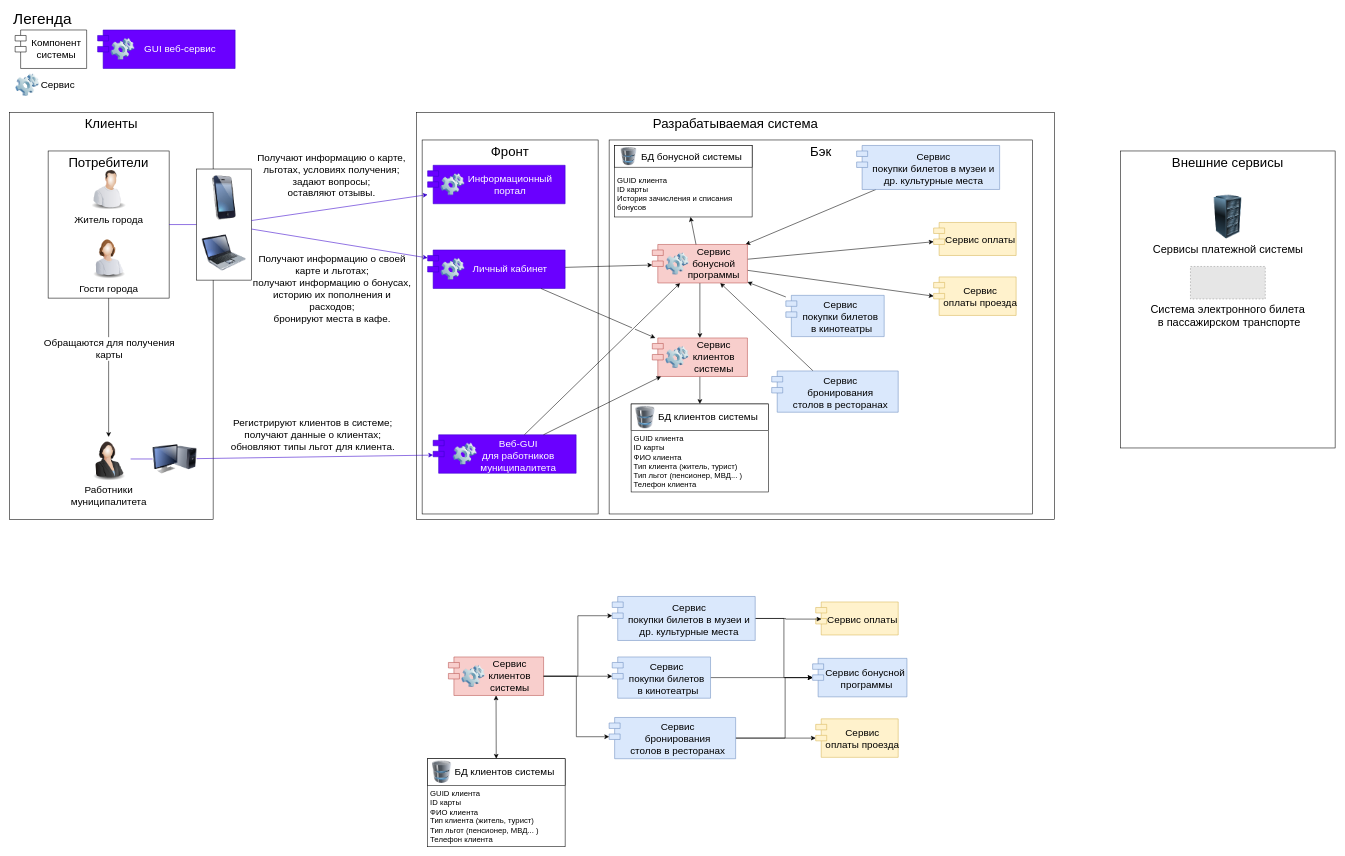
Above: src/Архитектура системы.drawio in era-ants/diagrams (draw.io), before the change. Source tidied: cells renumbered, new cells numbered last; positions are measured from the earlier drawing's top-left corner, leaving out a move shared by most shapes. Both pictures are drawn from the tidied source at 55%, with x=0, y=0 at pixel (9, 13). Pictures stored in the file or linked from it are replaced by grey dashed boxes.
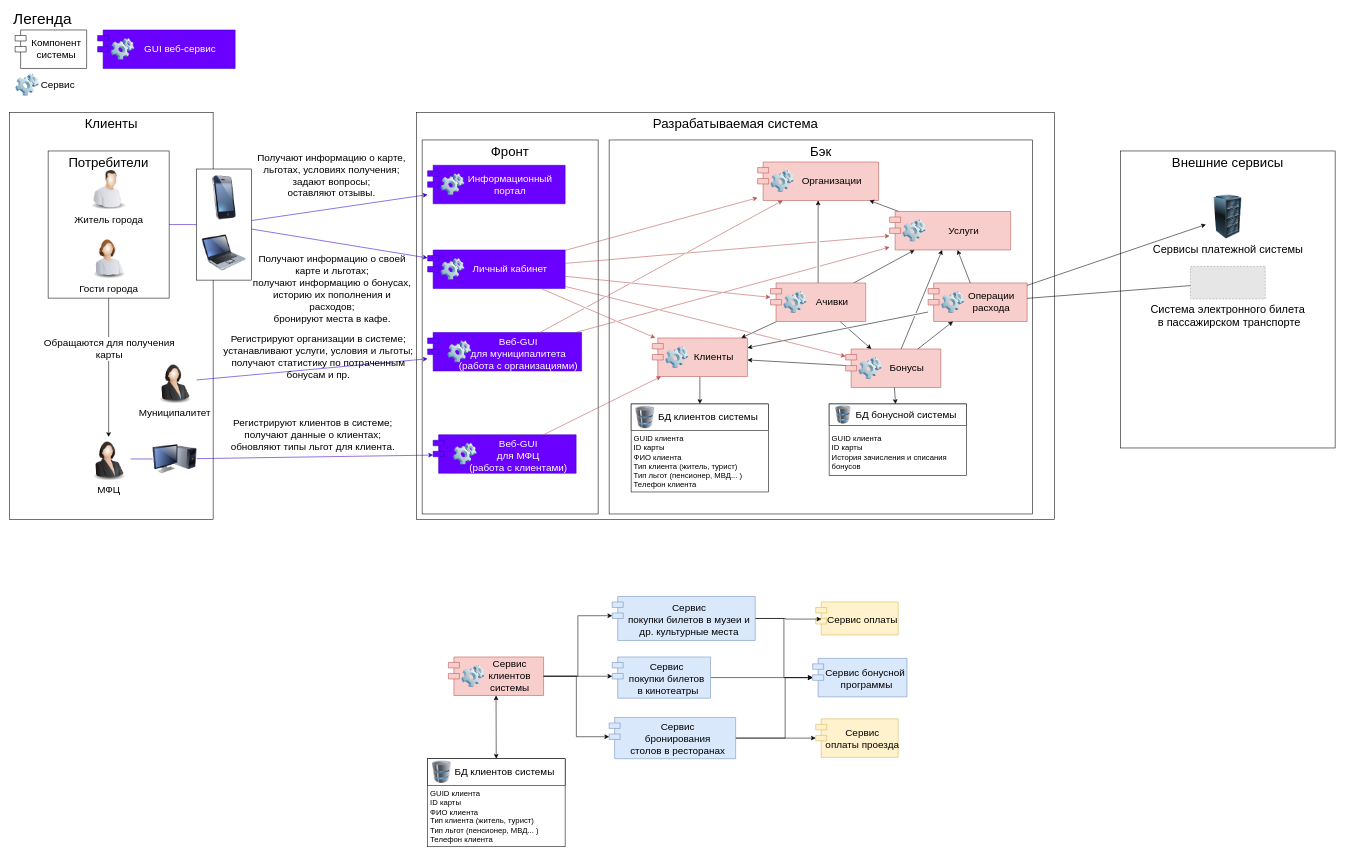
The same page after the edit.

Unchanged cells that the change refers to:
```xml
<mxCell id="6" value="Сервисы платежной системы" style="image;html=1;image=img/lib/clip_art/computers/Server_Rack_128x128.png;fontSize=20;" parent="1" vertex="1">
  <mxGeometry x="2175" y="330" width="80" height="80" as="geometry" />
</mxCell>
<mxCell id="14" value="Система электронного билета&#10; в пассажирском транспорте" style="fillColor=#E6E6E6;strokeColor=#999999;dashed=1;verticalLabelPosition=bottom;labelBackgroundColor=#ffffff;verticalAlign=top;fontSize=20;" parent="1" vertex="1">
  <mxGeometry x="2147" y="460" width="136" height="59" as="geometry" />
</mxCell>
<mxCell id="42" value="Личный кабинет" style="shape=module;align=left;spacingLeft=50;align=center;verticalAlign=middle;fillColor=#6a00ff;strokeColor=#3700CC;fontSize=18;whiteSpace=wrap;fontColor=#ffffff;" parent="41" vertex="1">
  <mxGeometry width="250" height="70" as="geometry" />
</mxCell>
<mxCell id="49" style="group;" parent="1" vertex="1">
  <mxGeometry x="770" y="766" width="260" height="70" as="geometry" />
</mxCell>
<mxCell id="55" style="group;" parent="1" vertex="1">
  <mxGeometry x="1168.5" y="590" width="173" height="70" as="geometry" />
</mxCell>
<mxCell id="94" value="&lt;div style=&quot;font-size: 14px&quot;&gt;GUID клиента&lt;br&gt;ID карты&lt;br&gt;История зачисления и списания бонусов&lt;br&gt;&lt;/div&gt;" style="rounded=0;whiteSpace=wrap;html=1;verticalAlign=top;align=left;spacing=5;fontSize=14;spacingTop=45;" parent="93" vertex="1">
  <mxGeometry width="250" height="130" as="geometry" />
</mxCell>
```

Diff of the diagram source:
```diff
@@
-    <mxCell id="7" value="Сервис оплаты" style="shape=module;align=left;spacingLeft=20;align=center;verticalAlign=middle;fillColor=#fff2cc;strokeColor=#d6b656;fontSize=18;" parent="1" vertex="1">
-      <mxGeometry x="1680" y="380" width="150" height="60" as="geometry" />
-    </mxCell>
-    <mxCell id="8" style="rounded=0;jettySize=auto;html=1;entryX=0;entryY=0;entryDx=0;entryDy=35;entryPerimeter=0;fontSize=19;" parent="1" edge="1" source="91" target="7">
-      <mxGeometry relative="1" as="geometry" />
-    </mxCell>
-    <mxCell id="9" style="rounded=0;jettySize=auto;html=1;entryX=0;entryY=0;entryDx=0;entryDy=35;entryPerimeter=0;fontSize=19;" parent="1" edge="1" source="91" target="11">
-      <mxGeometry relative="1" as="geometry" />
-    </mxCell>
-    <mxCell id="10" style="edgeStyle=none;rounded=0;jettySize=auto;html=1;startArrow=none;startFill=0;" parent="1" edge="1" source="91" target="56">
-      <mxGeometry relative="1" as="geometry" />
-    </mxCell>
-    <mxCell id="11" value="Сервис &#10;оплаты проезда" style="shape=module;align=left;spacingLeft=20;align=center;verticalAlign=middle;fillColor=#fff2cc;strokeColor=#d6b656;fontSize=18;" parent="1" vertex="1">
-      <mxGeometry x="1680" y="479" width="150" height="70" as="geometry" />
-    </mxCell>
-    <mxCell id="12" style="rounded=0;jettySize=auto;html=1;fontSize=19;" parent="1" edge="1" source="13" target="91">
-      <mxGeometry relative="1" as="geometry" />
-    </mxCell>
-    <mxCell id="13" value="Сервис &#10;бронирования &#10;столов в ресторанах" style="shape=module;align=left;spacingLeft=20;align=center;verticalAlign=middle;gradientDirection=west;fillColor=#dae8fc;strokeColor=#6c8ebf;fontSize=18;" parent="1" vertex="1">
-      <mxGeometry x="1385.6" y="650" width="230" height="75" as="geometry" />
-    </mxCell>
@@
-    <mxCell id="15" style="rounded=0;jettySize=auto;html=1;fontSize=19;" parent="1" edge="1" source="16" target="91">
-      <mxGeometry relative="1" as="geometry" />
-    </mxCell>
-    <mxCell id="16" value="Сервис &#10;покупки билетов&#10; в кинотеатры" style="shape=module;align=left;spacingLeft=20;align=center;verticalAlign=middle;fillColor=#dae8fc;strokeColor=#6c8ebf;fontSize=18;" parent="1" vertex="1">
-      <mxGeometry x="1411.3" y="512.5" width="178.8" height="75" as="geometry" />
-    </mxCell>
-    <mxCell id="17" style="rounded=0;jettySize=auto;html=1;fontSize=19;" parent="1" edge="1" source="18" target="91">
-      <mxGeometry relative="1" as="geometry" />
-    </mxCell>
-    <mxCell id="18" value="Сервис &#10;покупки билетов в музеи и &#10;др. культурные места" style="shape=module;align=left;spacingLeft=20;align=center;verticalAlign=middle;fillColor=#dae8fc;strokeColor=#6c8ebf;fontSize=18;" parent="1" vertex="1">
-      <mxGeometry x="1540" y="240" width="260" height="80" as="geometry" />
-    </mxCell>
@@
-    <mxCell id="25" value="Работники&lt;br&gt;муниципалитета" style="image;html=1;image=img/lib/clip_art/people/Suit_Woman_128x128.png;labelBackgroundColor=none;sketch=0;fontSize=18;strokeColor=#B85450;fillColor=none;align=center;" parent="1" vertex="1">
+    <mxCell id="25" value="МФЦ" style="image;html=1;image=img/lib/clip_art/people/Suit_Woman_128x128.png;labelBackgroundColor=none;sketch=0;fontSize=18;strokeColor=#B85450;fillColor=none;align=center;" parent="1" vertex="1">
       <mxGeometry x="140" y="770" width="80" height="80" as="geometry" />
     </mxCell>
@@
-    <mxCell id="50" value="Веб-GUI&#10;для работников муниципалитета&#10;" style="shape=module;align=left;spacingLeft=50;align=center;verticalAlign=top;fillColor=#6a00ff;strokeColor=#3700CC;fontSize=18;whiteSpace=wrap;fontColor=#ffffff;" parent="49" vertex="1">
+    <mxCell id="50" value="Веб-GUI&#10;для МФЦ&#10;(работа с клиентами)&#10;" style="shape=module;align=left;spacingLeft=50;align=center;verticalAlign=top;fillColor=#6a00ff;strokeColor=#3700CC;fontSize=18;whiteSpace=wrap;fontColor=#ffffff;" parent="49" vertex="1">
       <mxGeometry width="260" height="70" as="geometry" />
     </mxCell>
@@
-    <mxCell id="56" value="Сервис клиентов&#10;системы" style="shape=module;align=left;spacingLeft=50;align=center;verticalAlign=middle;fillColor=#f8cecc;strokeColor=#b85450;fontSize=18;whiteSpace=wrap;" parent="55" vertex="1">
+    <mxCell id="56" value="Клиенты" style="shape=module;align=left;spacingLeft=50;align=center;verticalAlign=middle;fillColor=#f8cecc;strokeColor=#b85450;fontSize=18;whiteSpace=wrap;" parent="55" vertex="1">
       <mxGeometry width="173" height="70" as="geometry" />
     </mxCell>
@@
-    <mxCell id="58" style="edgeStyle=none;rounded=0;jettySize=auto;html=1;fontSize=24;startArrow=none;startFill=0;" parent="1" edge="1" source="50" target="56">
+    <mxCell id="58" style="edgeStyle=none;rounded=0;jettySize=auto;html=1;fontSize=24;startArrow=none;startFill=0;fillColor=#f8cecc;strokeColor=#b85450;" parent="1" edge="1" source="50" target="56">
       <mxGeometry relative="1" as="geometry" />
     </mxCell>
-    <mxCell id="59" style="edgeStyle=none;rounded=0;jettySize=auto;html=1;fontSize=24;startArrow=none;startFill=0;jumpStyle=gap;" parent="1" edge="1" source="50" target="91">
-      <mxGeometry relative="1" as="geometry" />
-    </mxCell>
@@
-    <mxCell id="88" style="rounded=0;jettySize=auto;html=1;startArrow=none;startFill=0;" parent="1" edge="1" source="42" target="91">
+    <mxCell id="88" style="rounded=0;jettySize=auto;html=1;startArrow=none;startFill=0;fillColor=#f8cecc;strokeColor=#b85450;" parent="1" edge="1" source="42" target="91">
       <mxGeometry relative="1" as="geometry" />
     </mxCell>
-    <mxCell id="89" style="edgeStyle=none;rounded=0;jettySize=auto;html=1;startArrow=none;startFill=0;jumpStyle=gap;" parent="1" edge="1" source="42" target="56">
+    <mxCell id="89" style="edgeStyle=none;rounded=0;jettySize=auto;html=1;startArrow=none;startFill=0;jumpStyle=gap;fillColor=#f8cecc;strokeColor=#b85450;" parent="1" edge="1" source="42" target="56">
       <mxGeometry relative="1" as="geometry" />
     </mxCell>
     <mxCell id="90" style="group;" parent="1" vertex="1">
-      <mxGeometry x="1168.5" y="420" width="173" height="70" as="geometry" />
+      <mxGeometry x="1360" y="270" width="220" height="70" as="geometry" />
     </mxCell>
-    <mxCell id="91" value="Сервис бонусной программы" style="shape=module;align=left;spacingLeft=50;align=center;verticalAlign=middle;fillColor=#f8cecc;strokeColor=#b85450;fontSize=18;whiteSpace=wrap;" parent="90" vertex="1">
-      <mxGeometry width="173" height="70" as="geometry" />
+    <mxCell id="91" value="Организации" style="shape=module;align=left;spacingLeft=50;align=center;verticalAlign=middle;fillColor=#f8cecc;strokeColor=#b85450;fontSize=18;whiteSpace=wrap;" parent="90" vertex="1">
+      <mxGeometry width="220" height="70" as="geometry" />
     </mxCell>
@@
     <mxCell id="93" style="group;" parent="1" vertex="1">
-      <mxGeometry x="1100" y="240" width="250" height="130" as="geometry" />
+      <mxGeometry x="1490" y="710" width="250" height="130" as="geometry" />
     </mxCell>
@@
-    <mxCell id="97" style="edgeStyle=none;rounded=0;jumpStyle=gap;jettySize=auto;html=1;startArrow=none;startFill=0;" parent="1" edge="1" source="91" target="94">
-      <mxGeometry relative="1" as="geometry" />
-    </mxCell>
+    <mxCell id="98" style="rounded=0;jettySize=auto;html=1;" parent="1" edge="1" source="129" target="91">
+      <mxGeometry relative="1" as="geometry" />
+    </mxCell>
+    <mxCell id="99" style="group;" parent="1" vertex="1">
+      <mxGeometry x="1670" y="490" width="180" height="70" as="geometry" />
+    </mxCell>
+    <mxCell id="100" value="Операции&#10;расхода" style="shape=module;align=left;spacingLeft=50;align=center;verticalAlign=middle;fillColor=#f8cecc;strokeColor=#b85450;fontSize=18;whiteSpace=wrap;" parent="99" vertex="1">
+      <mxGeometry width="180" height="70" as="geometry" />
+    </mxCell>
+    <mxCell id="101" style="image;html=1;image=img/lib/clip_art/computers/Software_128x128.png;sketch=0;fontSize=18;align=left;labelPosition=right;verticalLabelPosition=middle;verticalAlign=middle;labelBackgroundColor=none;" parent="99" vertex="1">
+      <mxGeometry x="23" y="15" width="45" height="40" as="geometry" />
+    </mxCell>
+    <mxCell id="102" style="rounded=0;jettySize=auto;html=1;" parent="1" edge="1" source="100" target="6">
+      <mxGeometry relative="1" as="geometry" />
+    </mxCell>
+    <mxCell id="103" style="edgeStyle=none;rounded=0;jettySize=auto;html=1;" parent="1" edge="1" source="100" target="129">
+      <mxGeometry relative="1" as="geometry" />
+    </mxCell>
+    <mxCell id="104" style="group;" parent="1" vertex="1">
+      <mxGeometry x="1520" y="610" width="173" height="70" as="geometry" />
+    </mxCell>
+    <mxCell id="105" value="Бонусы" style="shape=module;align=left;spacingLeft=50;align=center;verticalAlign=middle;fillColor=#f8cecc;strokeColor=#b85450;fontSize=18;whiteSpace=wrap;" parent="104" vertex="1">
+      <mxGeometry width="173" height="70" as="geometry" />
+    </mxCell>
+    <mxCell id="106" style="image;html=1;image=img/lib/clip_art/computers/Software_128x128.png;sketch=0;fontSize=18;align=left;labelPosition=right;verticalLabelPosition=middle;verticalAlign=middle;labelBackgroundColor=none;" parent="104" vertex="1">
+      <mxGeometry x="23" y="15" width="45" height="40" as="geometry" />
+    </mxCell>
+    <mxCell id="107" style="edgeStyle=none;rounded=0;jettySize=auto;html=1;jumpStyle=gap;" parent="1" edge="1" source="100" target="56">
+      <mxGeometry relative="1" as="geometry" />
+    </mxCell>
+    <mxCell id="108" style="edgeStyle=none;rounded=0;jettySize=auto;html=1;" parent="1" edge="1" source="105" target="100">
+      <mxGeometry relative="1" as="geometry" />
+    </mxCell>
+    <mxCell id="109" style="edgeStyle=none;rounded=0;jettySize=auto;html=1;" parent="1" edge="1" source="105" target="56">
+      <mxGeometry relative="1" as="geometry" />
+    </mxCell>
+    <mxCell id="110" style="edgeStyle=none;rounded=0;jettySize=auto;html=1;jumpStyle=gap;" parent="1" edge="1" source="105" target="129">
+      <mxGeometry relative="1" as="geometry" />
+    </mxCell>
+    <mxCell id="111" style="edgeStyle=none;rounded=0;jettySize=auto;html=1;startArrow=none;startFill=0;endArrow=classic;endFill=1;jumpStyle=gap;" parent="1" edge="1" source="132" target="105">
+      <mxGeometry relative="1" as="geometry" />
+    </mxCell>
+    <mxCell id="112" style="edgeStyle=none;rounded=0;jettySize=auto;html=1;" parent="1" edge="1" source="132" target="129">
+      <mxGeometry relative="1" as="geometry" />
+    </mxCell>
+    <mxCell id="113" style="edgeStyle=none;rounded=0;jettySize=auto;html=1;" parent="1" edge="1" source="132" target="56">
+      <mxGeometry relative="1" as="geometry" />
+    </mxCell>
+    <mxCell id="114" style="edgeStyle=none;rounded=0;jettySize=auto;html=1;jumpStyle=gap;" parent="1" edge="1" source="132" target="91">
+      <mxGeometry relative="1" as="geometry" />
+    </mxCell>
+    <mxCell id="115" style="edgeStyle=none;rounded=0;jettySize=auto;html=1;startArrow=none;startFill=0;endArrow=none;endFill=0;" parent="1" edge="1" source="100" target="14">
+      <mxGeometry relative="1" as="geometry" />
+    </mxCell>
+    <mxCell id="116" style="edgeStyle=none;rounded=0;jettySize=auto;html=1;startArrow=none;startFill=0;endArrow=classic;endFill=1;" parent="1" edge="1" source="105" target="94">
+      <mxGeometry relative="1" as="geometry" />
+    </mxCell>
+    <mxCell id="117" style="edgeStyle=none;rounded=0;jumpStyle=gap;jettySize=auto;html=1;startArrow=none;startFill=0;endArrow=classic;endFill=1;fillColor=#f8cecc;strokeColor=#b85450;" parent="1" edge="1" source="42" target="129">
+      <mxGeometry relative="1" as="geometry" />
+    </mxCell>
+    <mxCell id="118" style="edgeStyle=none;rounded=0;jumpStyle=gap;jettySize=auto;html=1;startArrow=none;startFill=0;endArrow=classic;endFill=1;fillColor=#f8cecc;strokeColor=#b85450;" parent="1" edge="1" source="42" target="132">
+      <mxGeometry relative="1" as="geometry" />
+    </mxCell>
+    <mxCell id="119" style="edgeStyle=none;rounded=0;jumpStyle=gap;jettySize=auto;html=1;startArrow=none;startFill=0;endArrow=classic;endFill=1;fillColor=#f8cecc;strokeColor=#b85450;" parent="1" edge="1" source="42" target="105">
+      <mxGeometry relative="1" as="geometry" />
+    </mxCell>
+    <mxCell id="120" style="group;" parent="1" vertex="1">
+      <mxGeometry x="760" y="580" width="280" height="70" as="geometry" />
+    </mxCell>
+    <mxCell id="121" value="Веб-GUI&#10;для муниципалитета&#10;(работа с организациями)&#10;&#10;" style="shape=module;align=left;spacingLeft=50;align=center;verticalAlign=top;fillColor=#6a00ff;strokeColor=#3700CC;fontSize=18;whiteSpace=wrap;fontColor=#ffffff;" parent="120" vertex="1">
+      <mxGeometry width="280" height="70" as="geometry" />
+    </mxCell>
+    <mxCell id="122" style="image;html=1;image=img/lib/clip_art/computers/Software_128x128.png;sketch=0;fontSize=18;align=left;labelPosition=right;verticalLabelPosition=middle;verticalAlign=middle;labelBackgroundColor=none;" parent="120" vertex="1">
+      <mxGeometry x="29.2" y="15" width="57.2" height="40" as="geometry" />
+    </mxCell>
+    <mxCell id="123" style="edgeStyle=none;rounded=0;jumpStyle=gap;jettySize=auto;html=1;startArrow=none;startFill=0;endArrow=classic;endFill=1;fillColor=#6a00ff;strokeColor=#3700CC;" parent="1" edge="1" source="125" target="121">
+      <mxGeometry relative="1" as="geometry" />
+    </mxCell>
+    <mxCell id="124" value="&lt;div style=&quot;font-size: 18px&quot;&gt;Регистрируют организации в системе;&lt;/div&gt;&lt;div style=&quot;font-size: 18px&quot;&gt;устанавливают услуги, условия и льготы;&lt;/div&gt;&lt;div style=&quot;font-size: 18px&quot;&gt;получают статистику по потраченным &lt;br&gt;&lt;/div&gt;&lt;div style=&quot;font-size: 18px&quot;&gt;бонусам и пр.&lt;/div&gt;" style="edgeLabel;html=1;align=center;verticalAlign=middle;labelBackgroundColor=none;fontSize=18;" parent="123" vertex="1">
+      <mxGeometry x="-0.19" y="2" relative="1" as="geometry">
+        <mxPoint x="50" y="-24" as="offset" />
+      </mxGeometry>
+    </mxCell>
+    <mxCell id="125" value="Муниципалитет" style="image;html=1;image=img/lib/clip_art/people/Suit_Woman_128x128.png;labelBackgroundColor=none;sketch=0;fontSize=18;strokeColor=#B85450;fillColor=none;align=center;" parent="1" vertex="1">
+      <mxGeometry x="260" y="630" width="80" height="80" as="geometry" />
+    </mxCell>
+    <mxCell id="126" style="edgeStyle=none;rounded=0;jumpStyle=gap;jettySize=auto;html=1;startArrow=none;startFill=0;endArrow=classic;endFill=1;fillColor=#f8cecc;strokeColor=#b85450;" parent="1" edge="1" source="121" target="91">
+      <mxGeometry relative="1" as="geometry" />
+    </mxCell>
+    <mxCell id="127" style="edgeStyle=none;rounded=0;jumpStyle=gap;jettySize=auto;html=1;startArrow=none;startFill=0;endArrow=classic;endFill=1;fillColor=#f8cecc;strokeColor=#b85450;" parent="1" edge="1" source="121" target="129">
+      <mxGeometry relative="1" as="geometry" />
+    </mxCell>
+    <mxCell id="128" style="group;" parent="1" vertex="1">
+      <mxGeometry x="1600" y="360" width="220" height="70" as="geometry" />
+    </mxCell>
+    <mxCell id="129" value="Услуги" style="shape=module;align=left;spacingLeft=50;align=center;verticalAlign=middle;fillColor=#f8cecc;strokeColor=#b85450;fontSize=18;whiteSpace=wrap;" parent="128" vertex="1">
+      <mxGeometry width="220" height="70" as="geometry" />
+    </mxCell>
+    <mxCell id="130" style="image;html=1;image=img/lib/clip_art/computers/Software_128x128.png;sketch=0;fontSize=18;align=left;labelPosition=right;verticalLabelPosition=middle;verticalAlign=middle;labelBackgroundColor=none;" parent="128" vertex="1">
+      <mxGeometry x="23" y="15" width="45" height="40" as="geometry" />
+    </mxCell>
+    <mxCell id="131" style="group;" parent="1" vertex="1">
+      <mxGeometry x="1383.5" y="490" width="173" height="70" as="geometry" />
+    </mxCell>
+    <mxCell id="132" value="Ачивки" style="shape=module;align=left;spacingLeft=50;align=center;verticalAlign=middle;fillColor=#f8cecc;strokeColor=#b85450;fontSize=18;whiteSpace=wrap;" parent="131" vertex="1">
+      <mxGeometry width="173" height="70" as="geometry" />
+    </mxCell>
+    <mxCell id="133" style="image;html=1;image=img/lib/clip_art/computers/Software_128x128.png;sketch=0;fontSize=18;align=left;labelPosition=right;verticalLabelPosition=middle;verticalAlign=middle;labelBackgroundColor=none;" parent="131" vertex="1">
+      <mxGeometry x="23" y="15" width="45" height="40" as="geometry" />
+    </mxCell>
```
